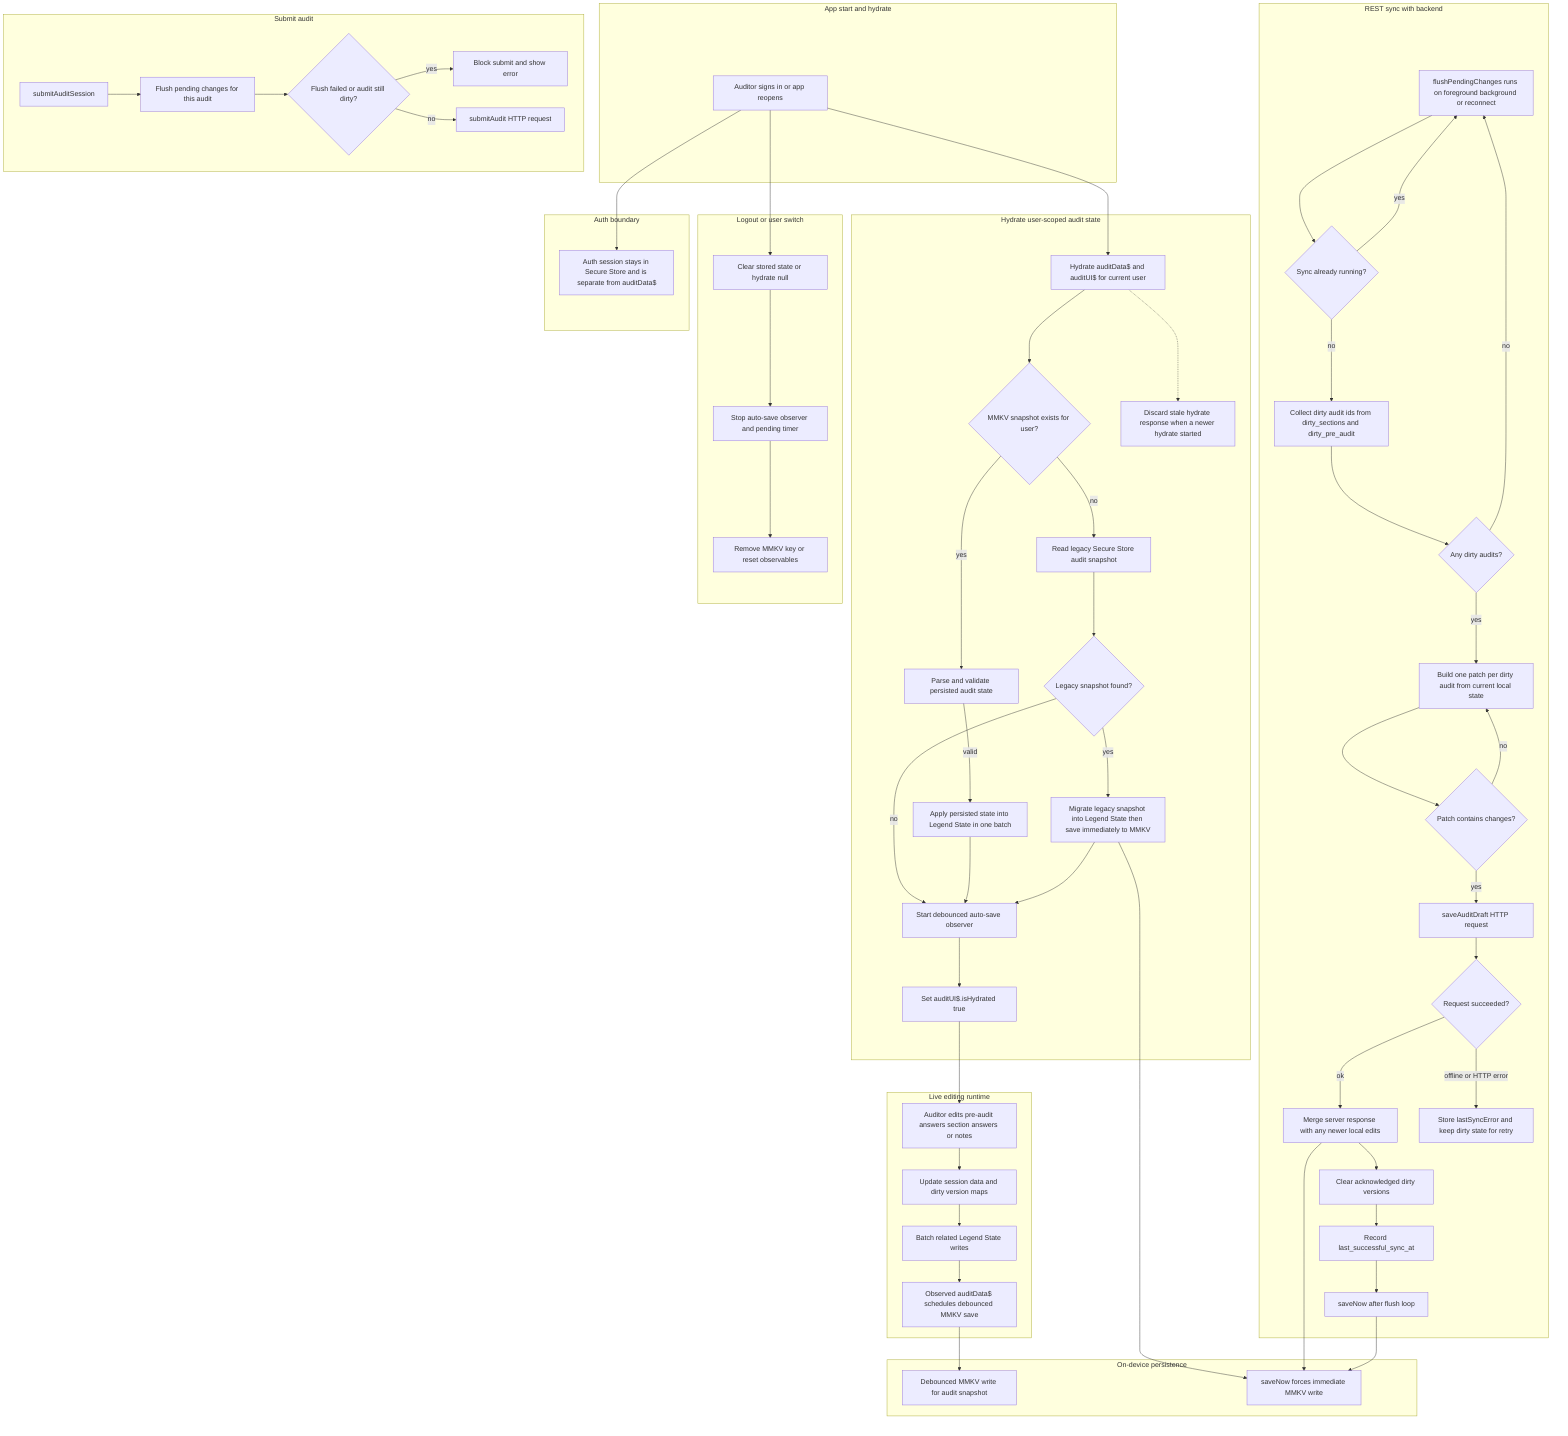
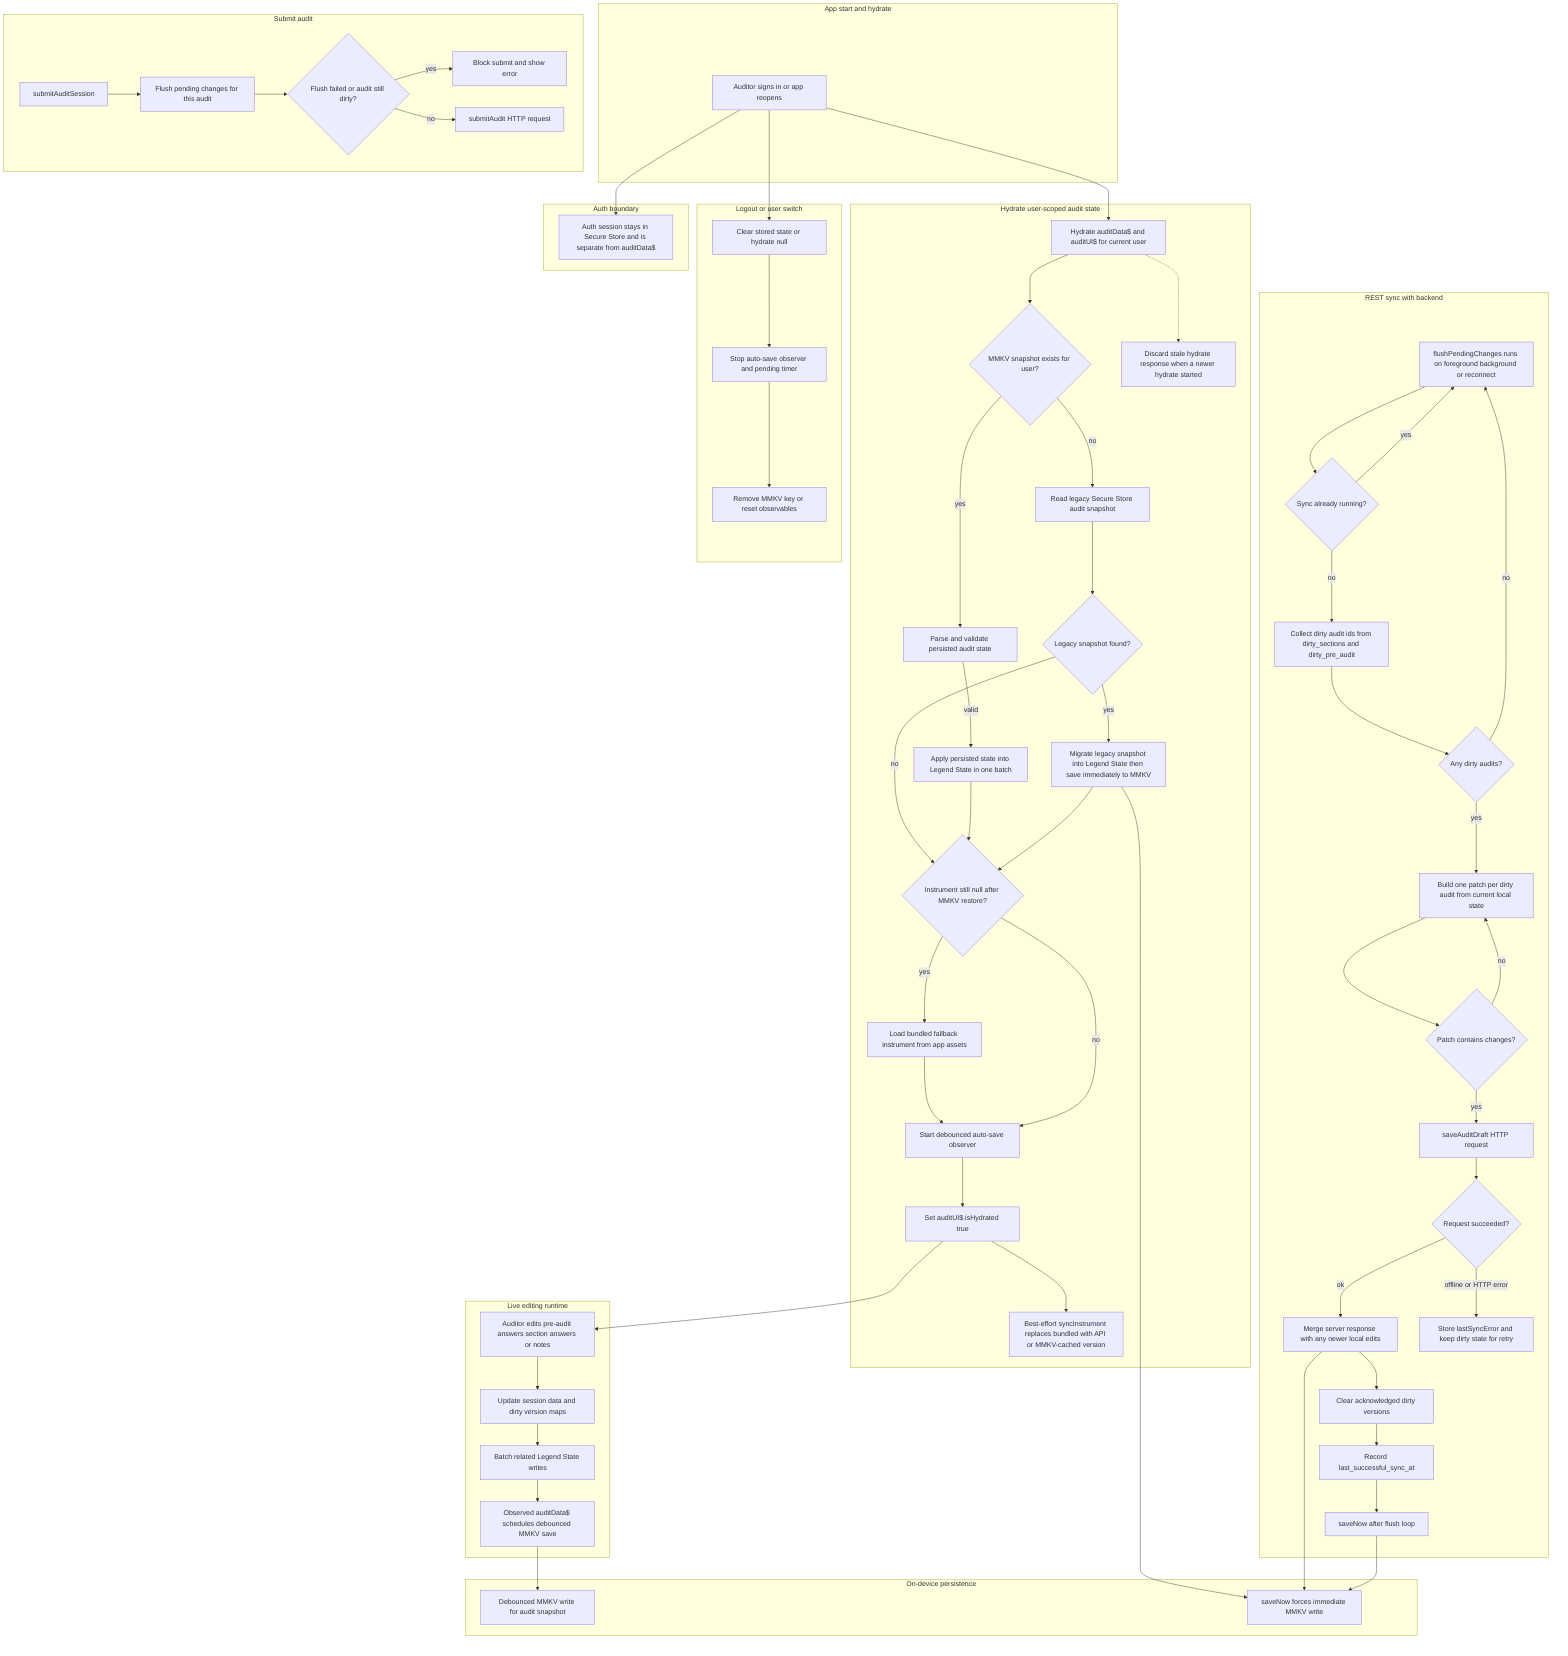
flowchart TB
  subgraph entry [App start and hydrate]
    A[Auditor signs in or app reopens]
  end

  subgraph hydrate [Hydrate user-scoped audit state]
    H1[Hydrate auditData$ and auditUI$ for current user]
    H2{MMKV snapshot exists for user?}
    H3[Parse and validate persisted audit state]
    H4[Apply persisted state into Legend State in one batch]
    H5[Read legacy Secure Store audit snapshot]
    H6{Legacy snapshot found?}
    H7[Migrate legacy snapshot into Legend State then save immediately to MMKV]
+     HB{Instrument still null after MMKV restore?}
+     HBY[Load bundled fallback instrument from app assets]
    H8[Start debounced auto-save observer]
    H9[Set auditUI$.isHydrated true]
+     HS[Best-effort syncInstrument replaces bundled with API or MMKV-cached version]
    HR[Discard stale hydrate response when a newer hydrate started]
  end

  subgraph runtime [Live editing runtime]
    E1[Auditor edits pre-audit answers section answers or notes]
    E2[Update session data and dirty version maps]
    E3[Batch related Legend State writes]
    E4[Observed auditData$ schedules debounced MMKV save]
  end

  subgraph persist [On-device persistence]
    P1[Debounced MMKV write for audit snapshot]
    P2[saveNow forces immediate MMKV write]
  end

  subgraph sync [REST sync with backend]
    S0[flushPendingChanges runs on foreground background or reconnect]
    S1{Sync already running?}
    S2[Collect dirty audit ids from dirty_sections and dirty_pre_audit]
    S3{Any dirty audits?}
    S4[Build one patch per dirty audit from current local state]
    S5{Patch contains changes?}
    S6[saveAuditDraft HTTP request]
    S7{Request succeeded?}
    S8[Merge server response with any newer local edits]
    S9[Clear acknowledged dirty versions]
    S10[Record last_successful_sync_at]
    S11[saveNow after flush loop]
    S12[Store lastSyncError and keep dirty state for retry]
  end

  subgraph submit [Submit audit]
    T1[submitAuditSession]
    T2[Flush pending changes for this audit]
    T3{Flush failed or audit still dirty?}
    T4[Block submit and show error]
    T5[submitAudit HTTP request]
  end

  subgraph logout [Logout or user switch]
    L1[Clear stored state or hydrate null]
    L2[Stop auto-save observer and pending timer]
    L3[Remove MMKV key or reset observables]
  end

  subgraph auth [Auth boundary]
    N1[Auth session stays in Secure Store and is separate from auditData$]
  end

  A --> H1
  H1 --> H2
  H2 -->|yes| H3
  H3 -->|valid| H4
  H2 -->|no| H5
  H5 --> H6
  H6 -->|yes| H7
-   H6 -->|no| H8
-   H4 --> H8
-   H7 --> H8
+   H6 -->|no| HB
+   H4 --> HB
+   H7 --> HB
+   HB -->|yes| HBY --> H8
+   HB -->|no| H8
  H8 --> H9
+   H9 --> HS
  H1 -.-> HR

  H9 --> E1
  E1 --> E2 --> E3 --> E4 --> P1
  H7 --> P2
  S8 --> P2
  S11 --> P2

  S0 --> S1
  S1 -->|yes| S0
  S1 -->|no| S2 --> S3
  S3 -->|no| S0
  S3 -->|yes| S4 --> S5
  S5 -->|yes| S6
  S5 -->|no| S4
  S6 --> S7
  S7 -->|ok| S8 --> S9 --> S10 --> S11
  S7 -->|offline or HTTP error| S12

  T1 --> T2 --> T3
  T3 -->|yes| T4
  T3 -->|no| T5

  A --> N1
  A --> L1
  L1 --> L2 --> L3
